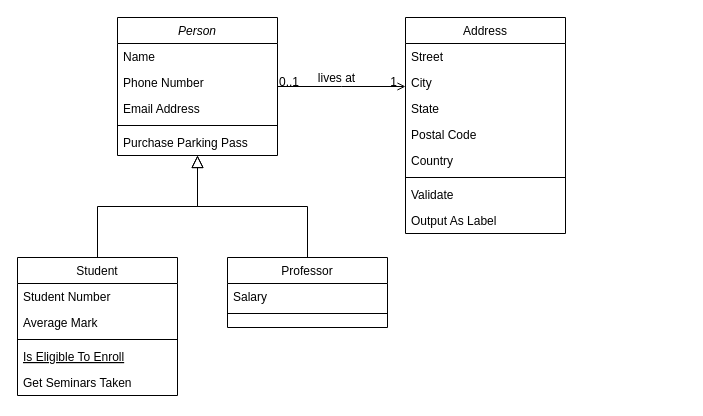
NicoleXiao/Draw keeps this draw.io diagram as Untitled Diagram.drawio. Above is the earlier version. Source tidied: cells renumbered, new cells numbered last; positions are measured from the earlier drawing's top-left corner, leaving out a move shared by most shapes. Both pictures are drawn from the tidied source at 100%, with x=0, y=0 at pixel (17, 17).
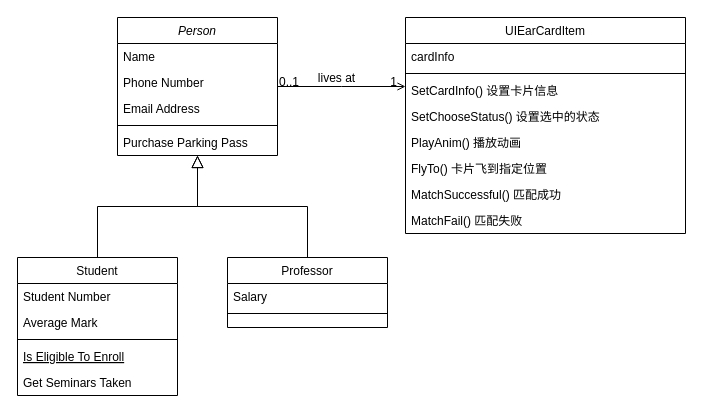
Above is the later version.

Diff of the diagram source:
```diff
@@
-    <mxCell id="19" value="Address" style="swimlane;fontStyle=0;align=center;verticalAlign=top;horizontal=1;startSize=26;rounded=0;shadow=0;strokeWidth=1;" parent="1" vertex="1">
-      <mxGeometry x="388" width="160" height="216" as="geometry" />
+    <mxCell id="19" value="UIEarCardItem" style="swimlane;fontStyle=0;align=center;verticalAlign=top;horizontal=1;startSize=26;rounded=0;shadow=0;strokeWidth=1;" parent="1" vertex="1">
+      <mxGeometry x="388" width="280" height="216" as="geometry" />
     </mxCell>
-    <mxCell id="20" value="Street" style="text;align=left;verticalAlign=top;spacingLeft=4;spacingRight=4;overflow=hidden;" parent="19" vertex="1">
-      <mxGeometry y="26" width="160" height="26" as="geometry" />
-    </mxCell>
-    <mxCell id="21" value="City" style="text;align=left;verticalAlign=top;spacingLeft=4;spacingRight=4;overflow=hidden;rounded=0;shadow=0;html=0;" parent="19" vertex="1">
-      <mxGeometry y="52" width="160" height="26" as="geometry" />
-    </mxCell>
-    <mxCell id="22" value="State" style="text;align=left;verticalAlign=top;spacingLeft=4;spacingRight=4;overflow=hidden;rounded=0;shadow=0;html=0;" parent="19" vertex="1">
-      <mxGeometry y="78" width="160" height="26" as="geometry" />
-    </mxCell>
-    <mxCell id="23" value="Postal Code" style="text;align=left;verticalAlign=top;spacingLeft=4;spacingRight=4;overflow=hidden;rounded=0;shadow=0;html=0;" parent="19" vertex="1">
-      <mxGeometry y="104" width="160" height="26" as="geometry" />
-    </mxCell>
-    <mxCell id="24" value="Country" style="text;align=left;verticalAlign=top;spacingLeft=4;spacingRight=4;overflow=hidden;rounded=0;shadow=0;html=0;" parent="19" vertex="1">
-      <mxGeometry y="130" width="160" height="26" as="geometry" />
+    <mxCell id="24" value="cardInfo" style="text;align=left;verticalAlign=top;spacingLeft=4;spacingRight=4;overflow=hidden;rounded=0;shadow=0;html=0;" parent="19" vertex="1">
+      <mxGeometry y="26" width="280" height="26" as="geometry" />
     </mxCell>
     <mxCell id="25" style="line;html=1;strokeWidth=1;align=left;verticalAlign=middle;spacingTop=-1;spacingLeft=3;spacingRight=3;labelPosition=right;" parent="19" vertex="1">
-      <mxGeometry y="156" width="160" height="8" as="geometry" />
+      <mxGeometry y="52" width="280" height="8" as="geometry" />
     </mxCell>
-    <mxCell id="26" value="Validate" style="text;align=left;verticalAlign=top;spacingLeft=4;spacingRight=4;overflow=hidden;" parent="19" vertex="1">
-      <mxGeometry y="164" width="160" height="26" as="geometry" />
+    <mxCell id="26" value="SetCardInfo() 设置卡片信息" style="text;align=left;verticalAlign=top;spacingLeft=4;spacingRight=4;overflow=hidden;" parent="19" vertex="1">
+      <mxGeometry y="60" width="280" height="26" as="geometry" />
     </mxCell>
+    <mxCell id="32" value="SetChooseStatus() 设置选中的状态&#10;" style="text;align=left;verticalAlign=top;spacingLeft=4;spacingRight=4;overflow=hidden;" parent="19" vertex="1">
+      <mxGeometry y="86" width="280" height="26" as="geometry" />
+    </mxCell>
+    <mxCell id="33" value="PlayAnim() 播放动画" style="text;align=left;verticalAlign=top;spacingLeft=4;spacingRight=4;overflow=hidden;" parent="19" vertex="1">
+      <mxGeometry y="112" width="280" height="26" as="geometry" />
+    </mxCell>
+    <mxCell id="34" value="FlyTo() 卡片飞到指定位置" style="text;align=left;verticalAlign=top;spacingLeft=4;spacingRight=4;overflow=hidden;" parent="19" vertex="1">
+      <mxGeometry y="138" width="280" height="26" as="geometry" />
+    </mxCell>
+    <mxCell id="35" value="MatchSuccessful() 匹配成功" style="text;align=left;verticalAlign=top;spacingLeft=4;spacingRight=4;overflow=hidden;" parent="19" vertex="1">
+      <mxGeometry y="164" width="280" height="26" as="geometry" />
+    </mxCell>
-    <mxCell id="27" value="Output As Label" style="text;align=left;verticalAlign=top;spacingLeft=4;spacingRight=4;overflow=hidden;" parent="19" vertex="1">
-      <mxGeometry y="190" width="160" height="26" as="geometry" />
+    <mxCell id="27" value="MatchFail() 匹配失败" style="text;align=left;verticalAlign=top;spacingLeft=4;spacingRight=4;overflow=hidden;" parent="19" vertex="1">
+      <mxGeometry y="190" width="280" height="26" as="geometry" />
     </mxCell>
```
